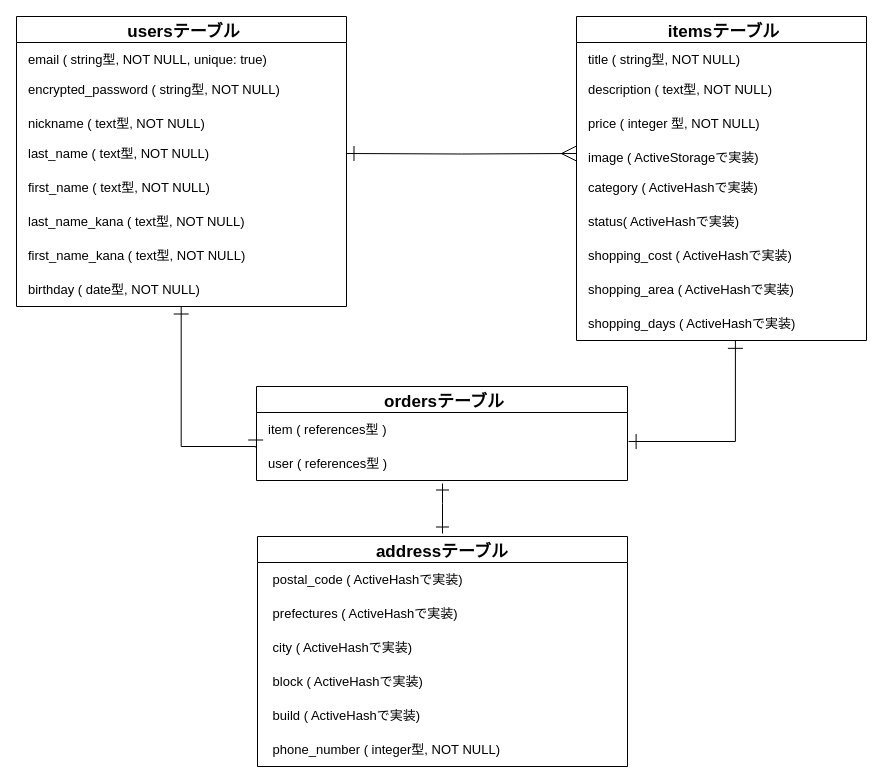
Before: app/views/furima.dio in shiorifujimoto/furima-32365, a draw.io diagram. Source tidied: cells renumbered, new cells numbered last; positions are measured from the earlier drawing's top-left corner, leaving out a move shared by most shapes. Both pictures are drawn from the tidied source at 100%, with x=0, y=0 at pixel (16, 16).
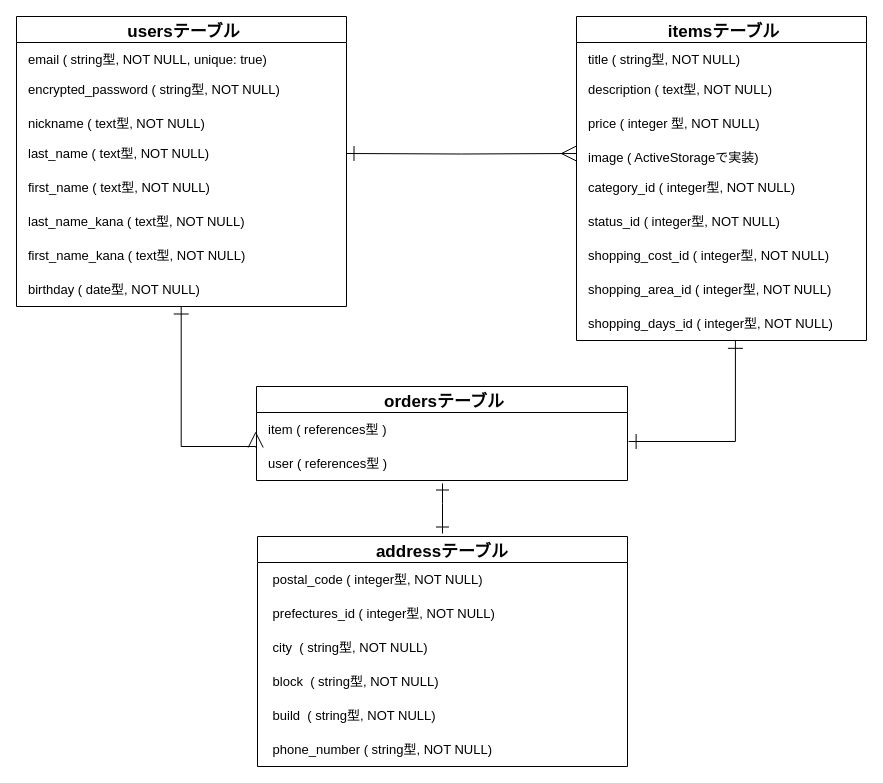
After the change.

The change refers to these unchanged cells:
```xml
<mxCell id="2" value="itemsテーブル" style="swimlane;fontStyle=1;horizontal=1;startSize=26;align=center;fontSize=17;spacingRight=2;spacingLeft=7;" parent="1" vertex="1">
  <mxGeometry x="560" width="290" height="324" as="geometry" />
</mxCell>
<mxCell id="28" value="addressテーブル" style="swimlane;fontStyle=1;horizontal=1;startSize=26;align=center;fontSize=17;" parent="1" vertex="1">
  <mxGeometry x="241" y="520" width="370" height="230" as="geometry" />
</mxCell>
```

The edit, as a diff of the source:
```diff
@@
-    <mxCell id="7" value="category ( ActiveHashで実装)" style="text;strokeColor=none;fillColor=none;spacingLeft=7;spacingRight=2;overflow=hidden;fontSize=13;spacing=5;" parent="2" vertex="1">
+    <mxCell id="7" value="category_id ( integer型, NOT NULL)&#10;" style="text;strokeColor=none;fillColor=none;spacingLeft=7;spacingRight=2;overflow=hidden;fontSize=13;spacing=5;" parent="2" vertex="1">
       <mxGeometry y="154" width="290" height="34" as="geometry" />
     </mxCell>
-    <mxCell id="8" value="status( ActiveHashで実装)" style="text;strokeColor=none;fillColor=none;spacingLeft=7;spacingRight=2;overflow=hidden;fontSize=13;spacing=5;" parent="2" vertex="1">
+    <mxCell id="8" value="status_id ( integer型, NOT NULL)" style="text;strokeColor=none;fillColor=none;spacingLeft=7;spacingRight=2;overflow=hidden;fontSize=13;spacing=5;" parent="2" vertex="1">
       <mxGeometry y="188" width="290" height="34" as="geometry" />
     </mxCell>
-    <mxCell id="9" value="shopping_cost ( ActiveHashで実装)" style="text;strokeColor=none;fillColor=none;spacingLeft=7;spacingRight=2;overflow=hidden;fontSize=13;spacing=5;" parent="2" vertex="1">
+    <mxCell id="9" value="shopping_cost_id ( integer型, NOT NULL)" style="text;strokeColor=none;fillColor=none;spacingLeft=7;spacingRight=2;overflow=hidden;fontSize=13;spacing=5;" parent="2" vertex="1">
       <mxGeometry y="222" width="290" height="34" as="geometry" />
     </mxCell>
-    <mxCell id="10" value="shopping_area ( ActiveHashで実装)" style="text;strokeColor=none;fillColor=none;spacingLeft=7;spacingRight=2;overflow=hidden;fontSize=13;spacing=5;" parent="2" vertex="1">
+    <mxCell id="10" value="shopping_area_id ( integer型, NOT NULL)" style="text;strokeColor=none;fillColor=none;spacingLeft=7;spacingRight=2;overflow=hidden;fontSize=13;spacing=5;" parent="2" vertex="1">
       <mxGeometry y="256" width="290" height="34" as="geometry" />
     </mxCell>
-    <mxCell id="11" value="shopping_days ( ActiveHashで実装)" style="text;strokeColor=none;fillColor=none;spacingLeft=7;spacingRight=2;overflow=hidden;points=[[0,0.5],[1,0.5]];portConstraint=eastwest;fontSize=13;spacing=5;" parent="2" vertex="1">
+    <mxCell id="11" value="shopping_days_id ( integer型, NOT NULL)" style="text;strokeColor=none;fillColor=none;spacingLeft=7;spacingRight=2;overflow=hidden;points=[[0,0.5],[1,0.5]];portConstraint=eastwest;fontSize=13;spacing=5;" parent="2" vertex="1">
       <mxGeometry y="290" width="290" height="34" as="geometry" />
     </mxCell>
@@
-    <mxCell id="24" style="edgeStyle=orthogonalEdgeStyle;rounded=0;jumpSize=6;orthogonalLoop=1;jettySize=auto;html=1;entryX=0.487;entryY=1;entryDx=0;entryDy=0;entryPerimeter=0;startArrow=ERone;startFill=0;startSize=13;sourcePerimeterSpacing=0;endArrow=ERone;endFill=0;endSize=13;strokeWidth=1;fontSize=13;spacingRight=2;spacingLeft=7;exitX=-0.013;exitY=0.029;exitDx=0;exitDy=0;exitPerimeter=0;" parent="1" edge="1">
+    <mxCell id="24" style="edgeStyle=orthogonalEdgeStyle;rounded=0;jumpSize=6;orthogonalLoop=1;jettySize=auto;html=1;entryX=0.487;entryY=1;entryDx=0;entryDy=0;entryPerimeter=0;startArrow=ERmany;startFill=0;startSize=13;sourcePerimeterSpacing=0;endArrow=ERone;endFill=0;endSize=13;strokeWidth=1;fontSize=13;spacingRight=2;spacingLeft=7;exitX=-0.013;exitY=0.029;exitDx=0;exitDy=0;exitPerimeter=0;" parent="1" edge="1">
       <mxGeometry relative="1" as="geometry">
         <mxPoint x="239.2" y="431" as="sourcePoint" />
         <mxPoint x="164.7" y="290" as="targetPoint" />
         <Array as="points">
           <mxPoint x="165" y="430" />
         </Array>
       </mxGeometry>
     </mxCell>
@@
-    <mxCell id="29" value=" postal_code ( ActiveHashで実装)" style="text;strokeColor=none;fillColor=none;spacingLeft=7;spacingRight=2;overflow=hidden;fontSize=13;spacing=5;" parent="28" vertex="1">
+    <mxCell id="29" value=" postal_code ( integer型, NOT NULL)" style="text;strokeColor=none;fillColor=none;spacingLeft=7;spacingRight=2;overflow=hidden;fontSize=13;spacing=5;" parent="28" vertex="1">
       <mxGeometry y="26" width="370" height="34" as="geometry" />
     </mxCell>
-    <mxCell id="30" value=" prefectures ( ActiveHashで実装)" style="text;strokeColor=none;fillColor=none;spacingLeft=7;spacingRight=2;overflow=hidden;fontSize=13;spacing=5;" parent="28" vertex="1">
+    <mxCell id="30" value=" prefectures_id ( integer型, NOT NULL)" style="text;strokeColor=none;fillColor=none;spacingLeft=7;spacingRight=2;overflow=hidden;fontSize=13;spacing=5;" parent="28" vertex="1">
       <mxGeometry y="60" width="370" height="34" as="geometry" />
     </mxCell>
-    <mxCell id="31" value=" city ( ActiveHashで実装)" style="text;strokeColor=none;fillColor=none;spacingLeft=7;spacingRight=2;overflow=hidden;fontSize=13;spacing=5;" parent="28" vertex="1">
+    <mxCell id="31" value=" city  ( string型, NOT NULL)" style="text;strokeColor=none;fillColor=none;spacingLeft=7;spacingRight=2;overflow=hidden;fontSize=13;spacing=5;" parent="28" vertex="1">
       <mxGeometry y="94" width="370" height="34" as="geometry" />
     </mxCell>
-    <mxCell id="32" value=" block ( ActiveHashで実装)" style="text;strokeColor=none;fillColor=none;spacingLeft=7;spacingRight=2;overflow=hidden;fontSize=13;spacing=5;" parent="28" vertex="1">
+    <mxCell id="32" value=" block  ( string型, NOT NULL)" style="text;strokeColor=none;fillColor=none;spacingLeft=7;spacingRight=2;overflow=hidden;fontSize=13;spacing=5;" parent="28" vertex="1">
       <mxGeometry y="128" width="370" height="34" as="geometry" />
     </mxCell>
-    <mxCell id="33" value=" build ( ActiveHashで実装)" style="text;strokeColor=none;fillColor=none;spacingLeft=7;spacingRight=2;overflow=hidden;fontSize=13;spacing=5;" parent="28" vertex="1">
+    <mxCell id="33" value=" build  ( string型, NOT NULL)" style="text;strokeColor=none;fillColor=none;spacingLeft=7;spacingRight=2;overflow=hidden;fontSize=13;spacing=5;" parent="28" vertex="1">
       <mxGeometry y="162" width="370" height="34" as="geometry" />
     </mxCell>
-    <mxCell id="34" value=" phone_number ( integer型, NOT NULL)" style="text;strokeColor=none;fillColor=none;spacingLeft=7;spacingRight=2;overflow=hidden;fontSize=13;spacing=5;" parent="28" vertex="1">
+    <mxCell id="34" value=" phone_number ( string型, NOT NULL)" style="text;strokeColor=none;fillColor=none;spacingLeft=7;spacingRight=2;overflow=hidden;fontSize=13;spacing=5;" parent="28" vertex="1">
       <mxGeometry y="196" width="370" height="34" as="geometry" />
     </mxCell>
```
